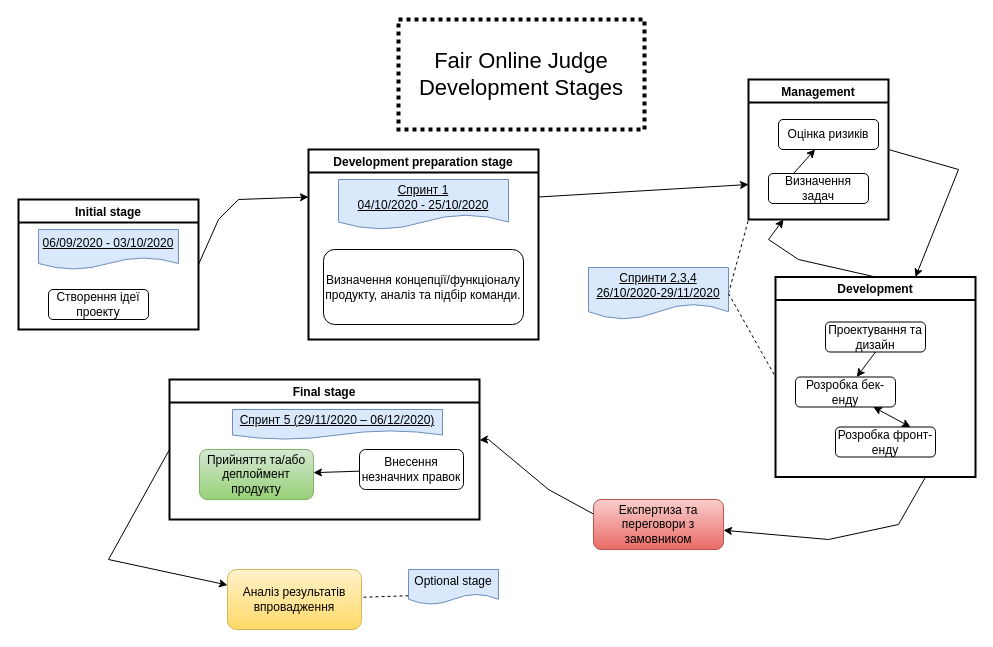
The draw.io diagram planning/utils/Development_stages.drawio in smart-online-judge/basic-online-judge, before the edit. Source tidied: cells renumbered, new cells numbered last; positions are measured from the earlier drawing's top-left corner, leaving out a move shared by most shapes. Both pictures are drawn from the tidied source at 100%, with x=0, y=0 at pixel (18, 19).
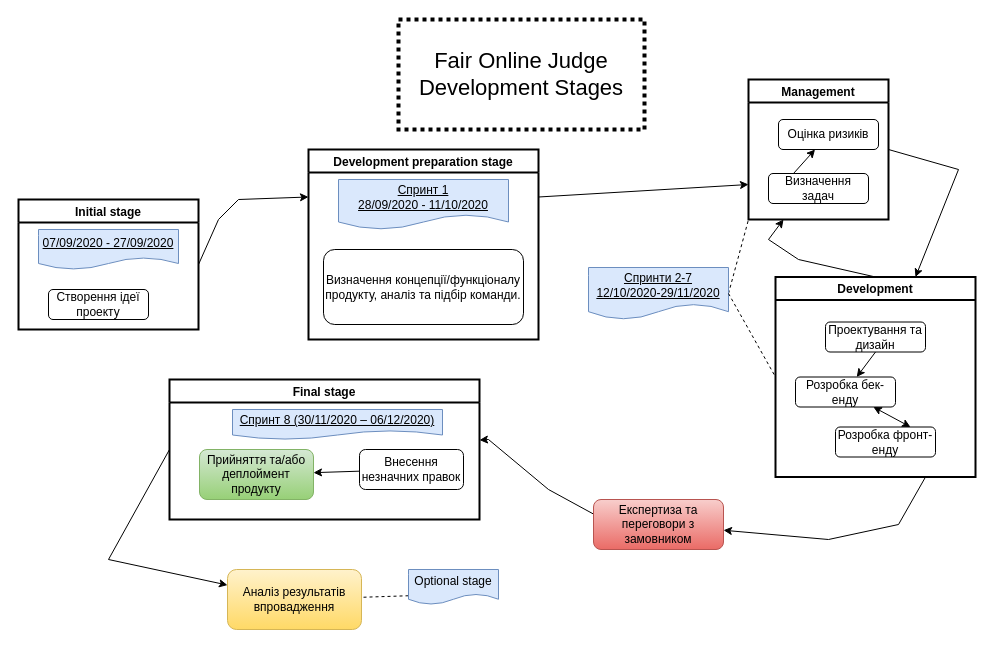
Above is the later version.

Unchanged cells that the change refers to:
```xml
<mxCell id="21" value="Initial stage" style="swimlane;strokeWidth=2;" parent="1" vertex="1">
  <mxGeometry y="180" width="180" height="130" as="geometry" />
</mxCell>
<mxCell id="24" value="Final stage" style="swimlane;strokeWidth=2;" parent="1" vertex="1">
  <mxGeometry x="151" y="360" width="310" height="140" as="geometry" />
</mxCell>
<mxCell id="36" value="Development preparation stage" style="swimlane;strokeWidth=2;" parent="1" vertex="1">
  <mxGeometry x="290" y="130" width="230" height="190" as="geometry" />
</mxCell>
```

The edit, as a diff of the source:
```diff
@@
-    <mxCell id="22" value="&lt;u&gt;06/09/2020 - 03/10/2020&lt;/u&gt;" style="shape=document;whiteSpace=wrap;html=1;boundedLbl=1;fillColor=#dae8fc;strokeColor=#6c8ebf;" parent="21" vertex="1">
+    <mxCell id="22" value="&lt;u&gt;07/09/2020 - 27/09/2020&lt;/u&gt;" style="shape=document;whiteSpace=wrap;html=1;boundedLbl=1;fillColor=#dae8fc;strokeColor=#6c8ebf;" parent="21" vertex="1">
       <mxGeometry x="20" y="30" width="140" height="40" as="geometry" />
     </mxCell>
@@
-    <mxCell id="28" value="&lt;p class=&quot;MsoNormal&quot; align=&quot;center&quot;&gt;&lt;u&gt;&lt;span lang=&quot;UK&quot; style=&quot;font-family: &amp;#34;arial&amp;#34; , sans-serif&quot;&gt;Спринт 5 (&lt;/span&gt;&lt;/u&gt;&lt;u&gt;&lt;span style=&quot;font-family: &amp;#34;arial&amp;#34; , sans-serif&quot;&gt;29&lt;/span&gt;&lt;/u&gt;&lt;u&gt;&lt;span lang=&quot;UK&quot; style=&quot;font-family: &amp;#34;arial&amp;#34; , sans-serif&quot;&gt;/11/2020 – 06/12/2020)&lt;/span&gt;&lt;/u&gt;&lt;/p&gt;" style="shape=document;whiteSpace=wrap;html=1;boundedLbl=1;fillColor=#dae8fc;strokeColor=#6c8ebf;" parent="24" vertex="1">
+    <mxCell id="28" value="&lt;p class=&quot;MsoNormal&quot; align=&quot;center&quot;&gt;&lt;u&gt;&lt;span lang=&quot;UK&quot; style=&quot;font-family: &amp;#34;arial&amp;#34; , sans-serif&quot;&gt;Спринт 8 (30&lt;/span&gt;&lt;/u&gt;&lt;u&gt;&lt;span lang=&quot;UK&quot; style=&quot;font-family: &amp;#34;arial&amp;#34; , sans-serif&quot;&gt;/11/2020 – 06/12/2020)&lt;/span&gt;&lt;/u&gt;&lt;/p&gt;" style="shape=document;whiteSpace=wrap;html=1;boundedLbl=1;fillColor=#dae8fc;strokeColor=#6c8ebf;" parent="24" vertex="1">
       <mxGeometry x="63" y="30" width="210" height="30" as="geometry" />
     </mxCell>
@@
-    <mxCell id="30" value="&lt;u&gt;Спринти 2,3,4&lt;br&gt;26/10/2020-29/11/2020&lt;/u&gt;" style="shape=document;whiteSpace=wrap;html=1;boundedLbl=1;fillColor=#dae8fc;strokeColor=#6c8ebf;" parent="1" vertex="1">
+    <mxCell id="30" value="&lt;u&gt;Спринти 2-7&lt;br&gt;12/10/2020-29/11/2020&lt;/u&gt;" style="shape=document;whiteSpace=wrap;html=1;boundedLbl=1;fillColor=#dae8fc;strokeColor=#6c8ebf;" parent="1" vertex="1">
       <mxGeometry x="570" y="248" width="140" height="52" as="geometry" />
     </mxCell>
@@
-    <mxCell id="37" value="&lt;u&gt;Спринт 1&lt;br&gt;04/10/2020 - 25/10/2020&lt;/u&gt;" style="shape=document;whiteSpace=wrap;html=1;boundedLbl=1;fillColor=#dae8fc;strokeColor=#6c8ebf;" parent="36" vertex="1">
+    <mxCell id="37" value="&lt;u&gt;Спринт 1&lt;br&gt;28/09/2020 - 11/10/2020&lt;/u&gt;" style="shape=document;whiteSpace=wrap;html=1;boundedLbl=1;fillColor=#dae8fc;strokeColor=#6c8ebf;" parent="36" vertex="1">
       <mxGeometry x="30" y="30" width="170" height="50" as="geometry" />
     </mxCell>
```
